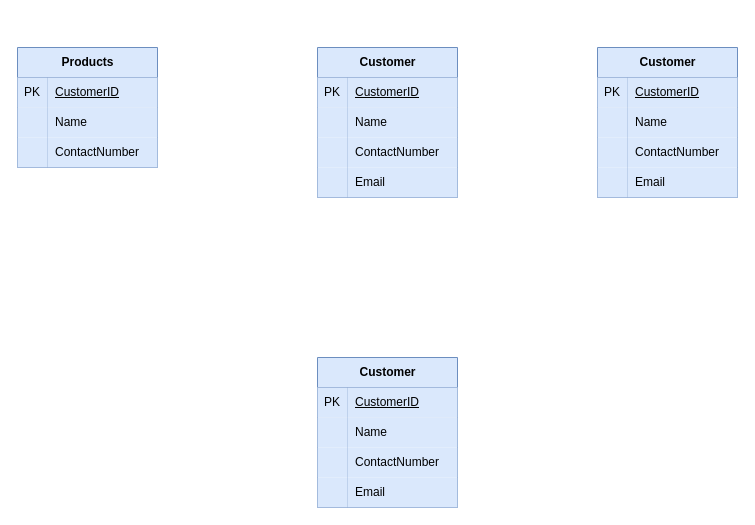
Above: Untitled Diagram.drawio in sivakishorereddyofficial/Draw.io (draw.io), before the change. Source tidied: cells renumbered, new cells numbered last; positions are measured from the earlier drawing's top-left corner, leaving out a move shared by most shapes. Both pictures are drawn from the tidied source at 100%, with x=0, y=0 at pixel (17, 47).
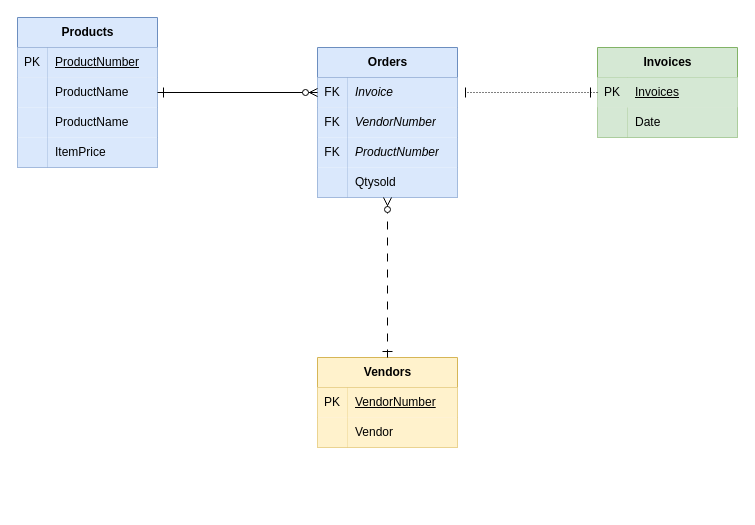
After the change.

The change refers to these unchanged cells:
```xml
<mxCell id="3" style="shape=tableRow;horizontal=0;startSize=0;swimlaneHead=0;swimlaneBody=0;fillColor=none;points=[[0,0.5],[1,0.5]];portConstraint=eastwest;top=0;left=0;right=0;bottom=1;strokeColor=inherit;swimlaneLine=0;strokeWidth=0;" parent="2" vertex="1">
  <mxGeometry y="30" width="140" height="30" as="geometry" />
</mxCell>
<mxCell id="6" style="shape=tableRow;horizontal=0;startSize=0;swimlaneHead=0;swimlaneBody=0;fillColor=none;top=0;left=0;right=0;bottom=0;" parent="2" vertex="1">
  <mxGeometry y="60" width="140" height="30" as="geometry" />
</mxCell>
<mxCell id="9" style="shape=tableRow;horizontal=0;startSize=0;swimlaneHead=0;swimlaneBody=0;fillColor=none;top=0;left=0;right=0;bottom=0;" parent="2" vertex="1">
  <mxGeometry y="90" width="140" height="30" as="geometry" />
</mxCell>
<mxCell id="12" style="shape=tableRow;horizontal=0;startSize=0;swimlaneHead=0;swimlaneBody=0;fillColor=none;points=[[0,0.5],[1,0.5]];portConstraint=eastwest;top=0;left=0;right=0;bottom=0;" parent="2" vertex="1">
  <mxGeometry y="120" width="140" height="30" as="geometry" />
</mxCell>
<mxCell id="19" style="shape=tableRow;horizontal=0;startSize=0;swimlaneHead=0;swimlaneBody=0;fillColor=none;top=0;left=0;right=0;bottom=0;" parent="15" vertex="1">
  <mxGeometry y="60" width="140" height="30" as="geometry" />
</mxCell>
<mxCell id="29" style="shape=tableRow;horizontal=0;startSize=0;swimlaneHead=0;swimlaneBody=0;fillColor=none;top=0;left=0;right=0;bottom=1;strokeColor=inherit;swimlaneLine=0;strokeWidth=0;" parent="28" vertex="1">
  <mxGeometry y="30" width="140" height="30" as="geometry" />
</mxCell>
<mxCell id="32" style="shape=tableRow;horizontal=0;startSize=0;swimlaneHead=0;swimlaneBody=0;fillColor=none;points=[[0,0.5],[1,0.5]];portConstraint=eastwest;top=0;left=0;right=0;bottom=0;" parent="28" vertex="1">
  <mxGeometry y="60" width="140" height="30" as="geometry" />
</mxCell>
<mxCell id="39" style="shape=tableRow;horizontal=0;startSize=0;swimlaneHead=0;swimlaneBody=0;fillColor=none;top=0;left=0;right=0;bottom=1;strokeColor=inherit;swimlaneLine=0;strokeWidth=0;" parent="38" vertex="1">
  <mxGeometry y="30" width="140" height="30" as="geometry" />
</mxCell>
<mxCell id="42" style="shape=tableRow;horizontal=0;startSize=0;swimlaneHead=0;swimlaneBody=0;fillColor=none;top=0;left=0;right=0;bottom=0;" parent="38" vertex="1">
  <mxGeometry y="60" width="140" height="30" as="geometry" />
</mxCell>
```

Diff of the diagram source:
```diff
@@
-    <mxCell id="2" value="Customer" style="shape=table;startSize=30;childLayout=tableLayout;rowLines=0;fontStyle=1;align=center;html=1;fillColor=#dae8fc;strokeColor=#6c8ebf;gradientColor=none;swimlaneFillColor=default;swimlaneBody=1;" parent="1" vertex="1">
+    <mxCell id="2" value="Orders" style="shape=table;startSize=30;childLayout=tableLayout;rowLines=0;fontStyle=1;align=center;html=1;fillColor=#dae8fc;strokeColor=#6c8ebf;gradientColor=none;swimlaneFillColor=default;swimlaneBody=1;" parent="1" vertex="1">
       <mxGeometry x="300" width="140" height="150" as="geometry" />
     </mxCell>
@@
-    <mxCell id="4" value="PK" style="shape=partialRectangle;fillColor=#dae8fc;top=0;left=0;bottom=0;right=0;fontStyle=0;overflow=hidden;whiteSpace=wrap;html=1;strokeWidth=0;strokeColor=#6c8ebf;" parent="3" vertex="1">
+    <mxCell id="4" value="FK" style="shape=partialRectangle;fillColor=#dae8fc;top=0;left=0;bottom=0;right=0;fontStyle=0;overflow=hidden;whiteSpace=wrap;html=1;strokeWidth=0;strokeColor=#6c8ebf;" parent="3" vertex="1">
       <mxGeometry width="30" height="30" as="geometry" />
     </mxCell>
-    <mxCell id="5" value="CustomerID" style="shape=partialRectangle;fillColor=#dae8fc;top=0;left=0;bottom=0;right=0;align=left;spacingLeft=6;fontStyle=4;overflow=hidden;whiteSpace=wrap;html=1;strokeColor=#6c8ebf;" parent="3" vertex="1">
+    <mxCell id="5" value="Invoice" style="shape=partialRectangle;fillColor=#dae8fc;top=0;left=0;bottom=0;right=0;align=left;spacingLeft=6;fontStyle=2;overflow=hidden;whiteSpace=wrap;html=1;strokeColor=#6c8ebf;" parent="3" vertex="1">
       <mxGeometry x="30" width="110" height="30" as="geometry" />
     </mxCell>
@@
-    <mxCell id="7" style="shape=partialRectangle;fillColor=#dae8fc;top=0;left=0;bottom=0;right=0;overflow=hidden;whiteSpace=wrap;html=1;strokeColor=#6c8ebf;" parent="6" vertex="1">
+    <mxCell id="7" value="FK" style="shape=partialRectangle;fillColor=#dae8fc;top=0;left=0;bottom=0;right=0;overflow=hidden;whiteSpace=wrap;html=1;strokeColor=#6c8ebf;" parent="6" vertex="1">
       <mxGeometry width="30" height="30" as="geometry" />
     </mxCell>
-    <mxCell id="8" value="Name" style="shape=partialRectangle;fillColor=#dae8fc;top=0;left=0;bottom=0;right=0;align=left;spacingLeft=6;overflow=hidden;whiteSpace=wrap;html=1;strokeColor=#6c8ebf;" parent="6" vertex="1">
+    <mxCell id="8" value="&lt;i&gt;VendorNumber&lt;/i&gt;" style="shape=partialRectangle;fillColor=#dae8fc;top=0;left=0;bottom=0;right=0;align=left;spacingLeft=6;overflow=hidden;whiteSpace=wrap;html=1;strokeColor=#6c8ebf;" parent="6" vertex="1">
       <mxGeometry x="30" width="110" height="30" as="geometry" />
     </mxCell>
@@
-    <mxCell id="10" style="shape=partialRectangle;fillColor=#dae8fc;top=0;left=0;bottom=0;right=0;overflow=hidden;whiteSpace=wrap;html=1;strokeColor=#6c8ebf;" parent="9" vertex="1">
+    <mxCell id="10" value="FK" style="shape=partialRectangle;fillColor=#dae8fc;top=0;left=0;bottom=0;right=0;overflow=hidden;whiteSpace=wrap;html=1;strokeColor=#6c8ebf;" parent="9" vertex="1">
       <mxGeometry width="30" height="30" as="geometry" />
     </mxCell>
-    <mxCell id="11" value="ContactNumber" style="shape=partialRectangle;fillColor=#dae8fc;top=0;left=0;bottom=0;right=0;align=left;spacingLeft=6;overflow=hidden;whiteSpace=wrap;html=1;strokeColor=#6c8ebf;" parent="9" vertex="1">
+    <mxCell id="11" value="ProductNumber" style="shape=partialRectangle;fillColor=#dae8fc;top=0;left=0;bottom=0;right=0;align=left;spacingLeft=6;overflow=hidden;whiteSpace=wrap;html=1;strokeColor=#6c8ebf;fontStyle=2;" parent="9" vertex="1">
       <mxGeometry x="30" width="110" height="30" as="geometry" />
     </mxCell>
@@
-    <mxCell id="14" value="Email" style="shape=partialRectangle;fillColor=#dae8fc;top=0;left=0;bottom=0;right=0;align=left;spacingLeft=6;overflow=hidden;whiteSpace=wrap;html=1;strokeColor=#6c8ebf;" parent="12" vertex="1">
+    <mxCell id="14" value="Qtysold" style="shape=partialRectangle;fillColor=#dae8fc;top=0;left=0;bottom=0;right=0;align=left;spacingLeft=6;overflow=hidden;whiteSpace=wrap;html=1;strokeColor=#6c8ebf;" parent="12" vertex="1">
       <mxGeometry x="30" width="110" height="30" as="geometry" />
     </mxCell>
-    <mxCell id="15" value="Customer" style="shape=table;startSize=30;childLayout=tableLayout;rowLines=0;fontStyle=1;align=center;html=1;fillColor=#dae8fc;strokeColor=#6c8ebf;gradientColor=none;swimlaneFillColor=default;swimlaneBody=1;" parent="1" vertex="1">
-      <mxGeometry x="580" width="140" height="150" as="geometry" />
+    <mxCell id="15" value="Invoices" style="shape=table;startSize=30;childLayout=tableLayout;rowLines=0;fontStyle=1;align=center;html=1;fillColor=#d5e8d4;strokeColor=#82b366;swimlaneFillColor=default;swimlaneBody=1;" parent="1" vertex="1">
+      <mxGeometry x="580" width="140" height="90" as="geometry" />
     </mxCell>
-    <mxCell id="16" style="shape=tableRow;horizontal=0;startSize=0;swimlaneHead=0;swimlaneBody=0;fillColor=none;points=[[0,0.5],[1,0.5]];portConstraint=eastwest;top=0;left=0;right=0;bottom=1;strokeColor=inherit;swimlaneLine=0;strokeWidth=0;" parent="15" vertex="1">
+    <mxCell id="16" style="shape=tableRow;horizontal=0;startSize=0;swimlaneHead=0;swimlaneBody=0;fillColor=#d5e8d4;points=[[0,0.5],[1,0.5]];portConstraint=eastwest;top=0;left=0;right=0;bottom=1;strokeColor=#82b366;swimlaneLine=0;strokeWidth=0;" parent="15" vertex="1">
       <mxGeometry y="30" width="140" height="30" as="geometry" />
     </mxCell>
-    <mxCell id="17" value="PK" style="shape=partialRectangle;fillColor=#dae8fc;top=0;left=0;bottom=0;right=0;fontStyle=0;overflow=hidden;whiteSpace=wrap;html=1;strokeWidth=0;strokeColor=#6c8ebf;" parent="16" vertex="1">
+    <mxCell id="17" value="PK" style="shape=partialRectangle;fillColor=#d5e8d4;top=0;left=0;bottom=0;right=0;fontStyle=0;overflow=hidden;whiteSpace=wrap;html=1;strokeWidth=0;strokeColor=#82b366;" parent="16" vertex="1">
       <mxGeometry width="30" height="30" as="geometry" />
     </mxCell>
-    <mxCell id="18" value="CustomerID" style="shape=partialRectangle;fillColor=#dae8fc;top=0;left=0;bottom=0;right=0;align=left;spacingLeft=6;fontStyle=4;overflow=hidden;whiteSpace=wrap;html=1;strokeColor=#6c8ebf;" parent="16" vertex="1">
+    <mxCell id="18" value="Invoices" style="shape=partialRectangle;fillColor=#d5e8d4;top=0;left=0;bottom=0;right=0;align=left;spacingLeft=6;fontStyle=4;overflow=hidden;whiteSpace=wrap;html=1;strokeColor=#82b366;" parent="16" vertex="1">
       <mxGeometry x="30" width="110" height="30" as="geometry" />
     </mxCell>
@@
-    <mxCell id="20" style="shape=partialRectangle;fillColor=#dae8fc;top=0;left=0;bottom=0;right=0;overflow=hidden;whiteSpace=wrap;html=1;strokeColor=#6c8ebf;" parent="19" vertex="1">
+    <mxCell id="20" style="shape=partialRectangle;fillColor=#d5e8d4;top=0;left=0;bottom=0;right=0;overflow=hidden;whiteSpace=wrap;html=1;strokeColor=#82b366;" parent="19" vertex="1">
       <mxGeometry width="30" height="30" as="geometry" />
     </mxCell>
-    <mxCell id="21" value="Name" style="shape=partialRectangle;fillColor=#dae8fc;top=0;left=0;bottom=0;right=0;align=left;spacingLeft=6;overflow=hidden;whiteSpace=wrap;html=1;strokeColor=#6c8ebf;" parent="19" vertex="1">
+    <mxCell id="21" value="Date" style="shape=partialRectangle;fillColor=#d5e8d4;top=0;left=0;bottom=0;right=0;align=left;spacingLeft=6;overflow=hidden;whiteSpace=wrap;html=1;strokeColor=#82b366;" parent="19" vertex="1">
       <mxGeometry x="30" width="110" height="30" as="geometry" />
     </mxCell>
-    <mxCell id="22" style="shape=tableRow;horizontal=0;startSize=0;swimlaneHead=0;swimlaneBody=0;fillColor=none;top=0;left=0;right=0;bottom=0;" parent="15" vertex="1">
-      <mxGeometry y="90" width="140" height="30" as="geometry" />
-    </mxCell>
-    <mxCell id="23" style="shape=partialRectangle;fillColor=#dae8fc;top=0;left=0;bottom=0;right=0;overflow=hidden;whiteSpace=wrap;html=1;strokeColor=#6c8ebf;" parent="22" vertex="1">
-      <mxGeometry width="30" height="30" as="geometry" />
-    </mxCell>
-    <mxCell id="24" value="ContactNumber" style="shape=partialRectangle;fillColor=#dae8fc;top=0;left=0;bottom=0;right=0;align=left;spacingLeft=6;overflow=hidden;whiteSpace=wrap;html=1;strokeColor=#6c8ebf;" parent="22" vertex="1">
-      <mxGeometry x="30" width="110" height="30" as="geometry" />
-    </mxCell>
-    <mxCell id="25" style="shape=tableRow;horizontal=0;startSize=0;swimlaneHead=0;swimlaneBody=0;fillColor=none;top=0;left=0;right=0;bottom=0;" parent="15" vertex="1">
-      <mxGeometry y="120" width="140" height="30" as="geometry" />
-    </mxCell>
-    <mxCell id="26" style="shape=partialRectangle;fillColor=#dae8fc;top=0;left=0;bottom=0;right=0;overflow=hidden;whiteSpace=wrap;html=1;strokeColor=#6c8ebf;" parent="25" vertex="1">
-      <mxGeometry width="30" height="30" as="geometry" />
-    </mxCell>
-    <mxCell id="27" value="Email" style="shape=partialRectangle;fillColor=#dae8fc;top=0;left=0;bottom=0;right=0;align=left;spacingLeft=6;overflow=hidden;whiteSpace=wrap;html=1;strokeColor=#6c8ebf;" parent="25" vertex="1">
-      <mxGeometry x="30" width="110" height="30" as="geometry" />
-    </mxCell>
     <mxCell id="28" value="Products" style="shape=table;startSize=30;childLayout=tableLayout;rowLines=0;fontStyle=1;align=center;html=1;fillColor=#dae8fc;strokeColor=#6c8ebf;gradientColor=none;swimlaneFillColor=default;swimlaneBody=1;" parent="1" vertex="1">
-      <mxGeometry width="140" height="120" as="geometry" />
+      <mxGeometry y="-30" width="140" height="150" as="geometry" />
     </mxCell>
@@
-    <mxCell id="31" value="CustomerID" style="shape=partialRectangle;fillColor=#dae8fc;top=0;left=0;bottom=0;right=0;align=left;spacingLeft=6;fontStyle=4;overflow=hidden;whiteSpace=wrap;html=1;strokeColor=#6c8ebf;" parent="29" vertex="1">
+    <mxCell id="31" value="ProductNumber" style="shape=partialRectangle;fillColor=#dae8fc;top=0;left=0;bottom=0;right=0;align=left;spacingLeft=6;fontStyle=4;overflow=hidden;whiteSpace=wrap;html=1;strokeColor=#6c8ebf;" parent="29" vertex="1">
       <mxGeometry x="30" width="110" height="30" as="geometry" />
     </mxCell>
@@
-    <mxCell id="34" value="Name" style="shape=partialRectangle;fillColor=#dae8fc;top=0;left=0;bottom=0;right=0;align=left;spacingLeft=6;overflow=hidden;whiteSpace=wrap;html=1;strokeColor=#6c8ebf;" parent="32" vertex="1">
+    <mxCell id="34" value="ProductName" style="shape=partialRectangle;fillColor=#dae8fc;top=0;left=0;bottom=0;right=0;align=left;spacingLeft=6;overflow=hidden;whiteSpace=wrap;html=1;strokeColor=#6c8ebf;" parent="32" vertex="1">
       <mxGeometry x="30" width="110" height="30" as="geometry" />
     </mxCell>
+    <mxCell id="51" style="shape=tableRow;horizontal=0;startSize=0;swimlaneHead=0;swimlaneBody=0;fillColor=none;top=0;left=0;right=0;bottom=0;" parent="28" vertex="1">
+      <mxGeometry y="90" width="140" height="30" as="geometry" />
+    </mxCell>
+    <mxCell id="52" style="shape=partialRectangle;fillColor=#dae8fc;top=0;left=0;bottom=0;right=0;overflow=hidden;whiteSpace=wrap;html=1;strokeColor=#6c8ebf;" parent="51" vertex="1">
+      <mxGeometry width="30" height="30" as="geometry" />
+    </mxCell>
+    <mxCell id="53" value="ProductName" style="shape=partialRectangle;fillColor=#dae8fc;top=0;left=0;bottom=0;right=0;align=left;spacingLeft=6;overflow=hidden;whiteSpace=wrap;html=1;strokeColor=#6c8ebf;" parent="51" vertex="1">
+      <mxGeometry x="30" width="110" height="30" as="geometry" />
+    </mxCell>
     <mxCell id="35" style="shape=tableRow;horizontal=0;startSize=0;swimlaneHead=0;swimlaneBody=0;fillColor=none;top=0;left=0;right=0;bottom=0;" parent="28" vertex="1">
-      <mxGeometry y="90" width="140" height="30" as="geometry" />
+      <mxGeometry y="120" width="140" height="30" as="geometry" />
     </mxCell>
@@
-    <mxCell id="37" value="ContactNumber" style="shape=partialRectangle;fillColor=#dae8fc;top=0;left=0;bottom=0;right=0;align=left;spacingLeft=6;overflow=hidden;whiteSpace=wrap;html=1;strokeColor=#6c8ebf;" parent="35" vertex="1">
+    <mxCell id="37" value="ItemPrice" style="shape=partialRectangle;fillColor=#dae8fc;top=0;left=0;bottom=0;right=0;align=left;spacingLeft=6;overflow=hidden;whiteSpace=wrap;html=1;strokeColor=#6c8ebf;" parent="35" vertex="1">
       <mxGeometry x="30" width="110" height="30" as="geometry" />
     </mxCell>
-    <mxCell id="38" value="Customer" style="shape=table;startSize=30;childLayout=tableLayout;rowLines=0;fontStyle=1;align=center;html=1;fillColor=#dae8fc;strokeColor=#6c8ebf;gradientColor=none;swimlaneFillColor=default;swimlaneBody=1;" parent="1" vertex="1">
-      <mxGeometry x="300" y="310" width="140" height="150" as="geometry" />
+    <mxCell id="38" value="Vendors" style="shape=table;startSize=30;childLayout=tableLayout;rowLines=0;fontStyle=1;align=center;html=1;fillColor=#fff2cc;strokeColor=#d6b656;swimlaneFillColor=default;swimlaneBody=1;" parent="1" vertex="1">
+      <mxGeometry x="300" y="310" width="140" height="90" as="geometry" />
     </mxCell>
@@
-    <mxCell id="40" value="PK" style="shape=partialRectangle;fillColor=#dae8fc;top=0;left=0;bottom=0;right=0;fontStyle=0;overflow=hidden;whiteSpace=wrap;html=1;strokeWidth=0;strokeColor=#6c8ebf;" parent="39" vertex="1">
+    <mxCell id="40" value="PK" style="shape=partialRectangle;fillColor=#fff2cc;top=0;left=0;bottom=0;right=0;fontStyle=0;overflow=hidden;whiteSpace=wrap;html=1;strokeWidth=0;strokeColor=#d6b656;" parent="39" vertex="1">
       <mxGeometry width="30" height="30" as="geometry" />
     </mxCell>
-    <mxCell id="41" value="CustomerID" style="shape=partialRectangle;fillColor=#dae8fc;top=0;left=0;bottom=0;right=0;align=left;spacingLeft=6;fontStyle=4;overflow=hidden;whiteSpace=wrap;html=1;strokeColor=#6c8ebf;" parent="39" vertex="1">
+    <mxCell id="41" value="VendorNumber" style="shape=partialRectangle;fillColor=#fff2cc;top=0;left=0;bottom=0;right=0;align=left;spacingLeft=6;fontStyle=4;overflow=hidden;whiteSpace=wrap;html=1;strokeColor=#d6b656;" parent="39" vertex="1">
       <mxGeometry x="30" width="110" height="30" as="geometry" />
     </mxCell>
@@
-    <mxCell id="43" style="shape=partialRectangle;fillColor=#dae8fc;top=0;left=0;bottom=0;right=0;overflow=hidden;whiteSpace=wrap;html=1;strokeColor=#6c8ebf;" parent="42" vertex="1">
+    <mxCell id="43" style="shape=partialRectangle;fillColor=#fff2cc;top=0;left=0;bottom=0;right=0;overflow=hidden;whiteSpace=wrap;html=1;strokeColor=#d6b656;" parent="42" vertex="1">
       <mxGeometry width="30" height="30" as="geometry" />
     </mxCell>
-    <mxCell id="44" value="Name" style="shape=partialRectangle;fillColor=#dae8fc;top=0;left=0;bottom=0;right=0;align=left;spacingLeft=6;overflow=hidden;whiteSpace=wrap;html=1;strokeColor=#6c8ebf;" parent="42" vertex="1">
+    <mxCell id="44" value="Vendor" style="shape=partialRectangle;fillColor=#fff2cc;top=0;left=0;bottom=0;right=0;align=left;spacingLeft=6;overflow=hidden;whiteSpace=wrap;html=1;strokeColor=#d6b656;" parent="42" vertex="1">
       <mxGeometry x="30" width="110" height="30" as="geometry" />
     </mxCell>
-    <mxCell id="45" style="shape=tableRow;horizontal=0;startSize=0;swimlaneHead=0;swimlaneBody=0;fillColor=none;top=0;left=0;right=0;bottom=0;" parent="38" vertex="1">
-      <mxGeometry y="90" width="140" height="30" as="geometry" />
-    </mxCell>
-    <mxCell id="46" style="shape=partialRectangle;fillColor=#dae8fc;top=0;left=0;bottom=0;right=0;overflow=hidden;whiteSpace=wrap;html=1;strokeColor=#6c8ebf;" parent="45" vertex="1">
-      <mxGeometry width="30" height="30" as="geometry" />
-    </mxCell>
-    <mxCell id="47" value="ContactNumber" style="shape=partialRectangle;fillColor=#dae8fc;top=0;left=0;bottom=0;right=0;align=left;spacingLeft=6;overflow=hidden;whiteSpace=wrap;html=1;strokeColor=#6c8ebf;" parent="45" vertex="1">
-      <mxGeometry x="30" width="110" height="30" as="geometry" />
-    </mxCell>
-    <mxCell id="48" style="shape=tableRow;horizontal=0;startSize=0;swimlaneHead=0;swimlaneBody=0;fillColor=none;top=0;left=0;right=0;bottom=0;" parent="38" vertex="1">
-      <mxGeometry y="120" width="140" height="30" as="geometry" />
-    </mxCell>
-    <mxCell id="49" style="shape=partialRectangle;fillColor=#dae8fc;top=0;left=0;bottom=0;right=0;overflow=hidden;whiteSpace=wrap;html=1;strokeColor=#6c8ebf;" parent="48" vertex="1">
-      <mxGeometry width="30" height="30" as="geometry" />
-    </mxCell>
-    <mxCell id="50" value="Email" style="shape=partialRectangle;fillColor=#dae8fc;top=0;left=0;bottom=0;right=0;align=left;spacingLeft=6;overflow=hidden;whiteSpace=wrap;html=1;strokeColor=#6c8ebf;" parent="48" vertex="1">
-      <mxGeometry x="30" width="110" height="30" as="geometry" />
-    </mxCell>
+    <mxCell id="54" style="fontSize=12;html=1;endArrow=ERzeroToMany;endFill=1;rounded=0;exitX=1;exitY=0.5;exitDx=0;exitDy=0;entryX=0;entryY=0.5;entryDx=0;entryDy=0;" parent="1" edge="1" source="32" target="3">
+      <mxGeometry relative="1" as="geometry" />
+    </mxCell>
+    <mxCell id="55" style="endArrow=none;html=1;rounded=0;" parent="1" edge="1">
+      <mxGeometry relative="1" as="geometry">
+        <mxPoint x="146" y="50" as="sourcePoint" />
+        <mxPoint x="146" y="40" as="targetPoint" />
+      </mxGeometry>
+    </mxCell>
+    <mxCell id="56" style="endArrow=none;html=1;rounded=0;dashed=1;dashPattern=1 2;entryX=0;entryY=0.5;entryDx=0;entryDy=0;" parent="1" edge="1" target="16">
+      <mxGeometry relative="1" as="geometry">
+        <mxPoint x="450" y="45" as="sourcePoint" />
+      </mxGeometry>
+    </mxCell>
+    <mxCell id="57" style="endArrow=none;html=1;rounded=0;" parent="1" edge="1">
+      <mxGeometry relative="1" as="geometry">
+        <mxPoint x="448" y="50" as="sourcePoint" />
+        <mxPoint x="448" y="40" as="targetPoint" />
+      </mxGeometry>
+    </mxCell>
+    <mxCell id="58" style="endArrow=none;html=1;rounded=0;" parent="1" edge="1">
+      <mxGeometry relative="1" as="geometry">
+        <mxPoint x="573" y="50" as="sourcePoint" />
+        <mxPoint x="573" y="40" as="targetPoint" />
+      </mxGeometry>
+    </mxCell>
+    <mxCell id="59" style="endArrow=none;html=1;rounded=0;" parent="1" edge="1">
+      <mxGeometry relative="1" as="geometry">
+        <mxPoint x="365" y="304" as="sourcePoint" />
+        <mxPoint x="375" y="304" as="targetPoint" />
+      </mxGeometry>
+    </mxCell>
+    <mxCell id="60" style="fontSize=12;html=1;endArrow=ERzeroToMany;endFill=1;rounded=0;dashed=1;dashPattern=8 8;exitX=0.5;exitY=0;exitDx=0;exitDy=0;entryX=0.5;entryY=1;entryDx=0;entryDy=0;entryPerimeter=0;" parent="1" edge="1" source="38" target="12">
+      <mxGeometry relative="1" as="geometry" />
+    </mxCell>
```
